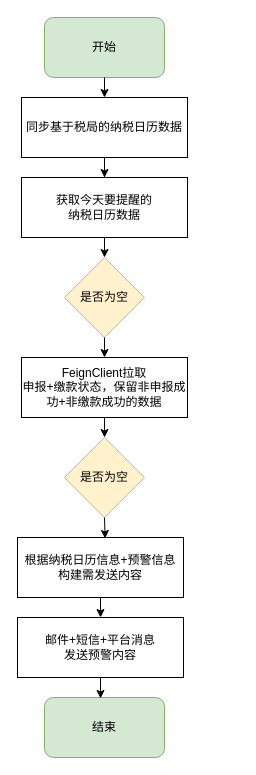
Before: 未命名绘图.drawio in 4379224321/figure, a draw.io diagram. Source tidied: cells renumbered, new cells numbered last; positions are measured from the earlier drawing's top-left corner, leaving out a move shared by most shapes. Both pictures are drawn from the tidied source at 100%, with x=0, y=0 at pixel (17, 17).
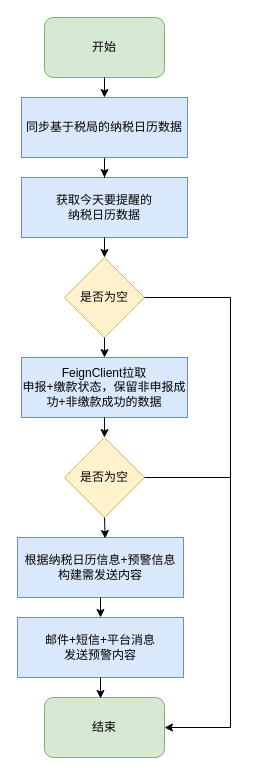
Above is the later version.

The change refers to these unchanged cells:
```xml
<mxCell id="3" value="结束" style="rounded=1;whiteSpace=wrap;html=1;fillColor=#d5e8d4;strokeColor=#82b366;fontSize=12;" parent="1" vertex="1">
  <mxGeometry x="27" y="680" width="120" height="60" as="geometry" />
</mxCell>
<mxCell id="9" value="是否为空" style="rhombus;whiteSpace=wrap;html=1;fillColor=#fff2cc;strokeColor=#d6b656;" parent="1" vertex="1">
  <mxGeometry x="47" y="240" width="80" height="80" as="geometry" />
</mxCell>
<mxCell id="11" value="是否为空" style="rhombus;whiteSpace=wrap;html=1;fillColor=#fff2cc;strokeColor=#d6b656;" parent="1" vertex="1">
  <mxGeometry x="47" y="420" width="80" height="80" as="geometry" />
</mxCell>
```

What changed in the source:
```diff
@@
-    <mxCell id="4" value="获取今天要提醒的&lt;br&gt;纳税日历数据" style="rounded=0;whiteSpace=wrap;html=1;fontSize=12;" parent="1" vertex="1">
+    <mxCell id="4" value="获取今天要提醒的&lt;br&gt;纳税日历数据" style="rounded=0;whiteSpace=wrap;html=1;fontSize=12;fillColor=#dae8fc;strokeColor=#6c8ebf;" parent="1" vertex="1">
       <mxGeometry x="4" y="160" width="166" height="60" as="geometry" />
     </mxCell>
-    <mxCell id="5" value="FeignClient拉取&lt;br&gt;申报+缴款状态，保留非申报成功+非缴款成功的数据" style="rounded=0;whiteSpace=wrap;html=1;fontSize=12;" parent="1" vertex="1">
+    <mxCell id="5" value="FeignClient拉取&lt;br&gt;申报+缴款状态，保留非申报成功+非缴款成功的数据" style="rounded=0;whiteSpace=wrap;html=1;fontSize=12;fillColor=#dae8fc;strokeColor=#6c8ebf;" parent="1" vertex="1">
       <mxGeometry x="4" y="340" width="166" height="60" as="geometry" />
     </mxCell>
@@
-    <mxCell id="7" value="同步基于税局的纳税日历数据" style="rounded=0;whiteSpace=wrap;html=1;fontSize=12;" parent="1" vertex="1">
+    <mxCell id="7" value="同步基于税局的纳税日历数据" style="rounded=0;whiteSpace=wrap;html=1;fontSize=12;fillColor=#dae8fc;strokeColor=#6c8ebf;" parent="1" vertex="1">
       <mxGeometry x="4" y="80" width="166" height="60" as="geometry" />
     </mxCell>
-    <mxCell id="8" value="根据纳税日历信息+预警信息&lt;br&gt;构建需发送内容" style="rounded=0;whiteSpace=wrap;html=1;fontSize=12;" parent="1" vertex="1">
+    <mxCell id="8" value="根据纳税日历信息+预警信息&lt;br&gt;构建需发送内容" style="rounded=0;whiteSpace=wrap;html=1;fontSize=12;fillColor=#dae8fc;strokeColor=#6c8ebf;" parent="1" vertex="1">
       <mxGeometry y="520" width="166" height="60" as="geometry" />
     </mxCell>
@@
-    <mxCell id="10" value="邮件+短信+平台消息&lt;br&gt;发送预警内容" style="rounded=0;whiteSpace=wrap;html=1;fontSize=12;" parent="1" vertex="1">
+    <mxCell id="10" value="邮件+短信+平台消息&lt;br&gt;发送预警内容" style="rounded=0;whiteSpace=wrap;html=1;fontSize=12;fillColor=#dae8fc;strokeColor=#6c8ebf;" parent="1" vertex="1">
       <mxGeometry y="600" width="166" height="60" as="geometry" />
     </mxCell>
@@
+    <mxCell id="19" style="endArrow=classic;html=1;rounded=0;elbow=vertical;edgeStyle=orthogonalEdgeStyle;exitX=1;exitY=0.5;exitDx=0;exitDy=0;entryX=1;entryY=0.5;entryDx=0;entryDy=0;" parent="1" edge="1" source="9" target="3">
+      <mxGeometry relative="1" as="geometry">
+        <Array as="points">
+          <mxPoint x="213" y="280" />
+          <mxPoint x="213" y="710" />
+        </Array>
+      </mxGeometry>
+    </mxCell>
+    <mxCell id="20" style="endArrow=none;html=1;rounded=0;elbow=vertical;exitX=1;exitY=0.5;exitDx=0;exitDy=0;" parent="1" edge="1" source="11">
+      <mxGeometry relative="1" as="geometry">
+        <mxPoint x="213" y="460" as="targetPoint" />
+      </mxGeometry>
+    </mxCell>
```
